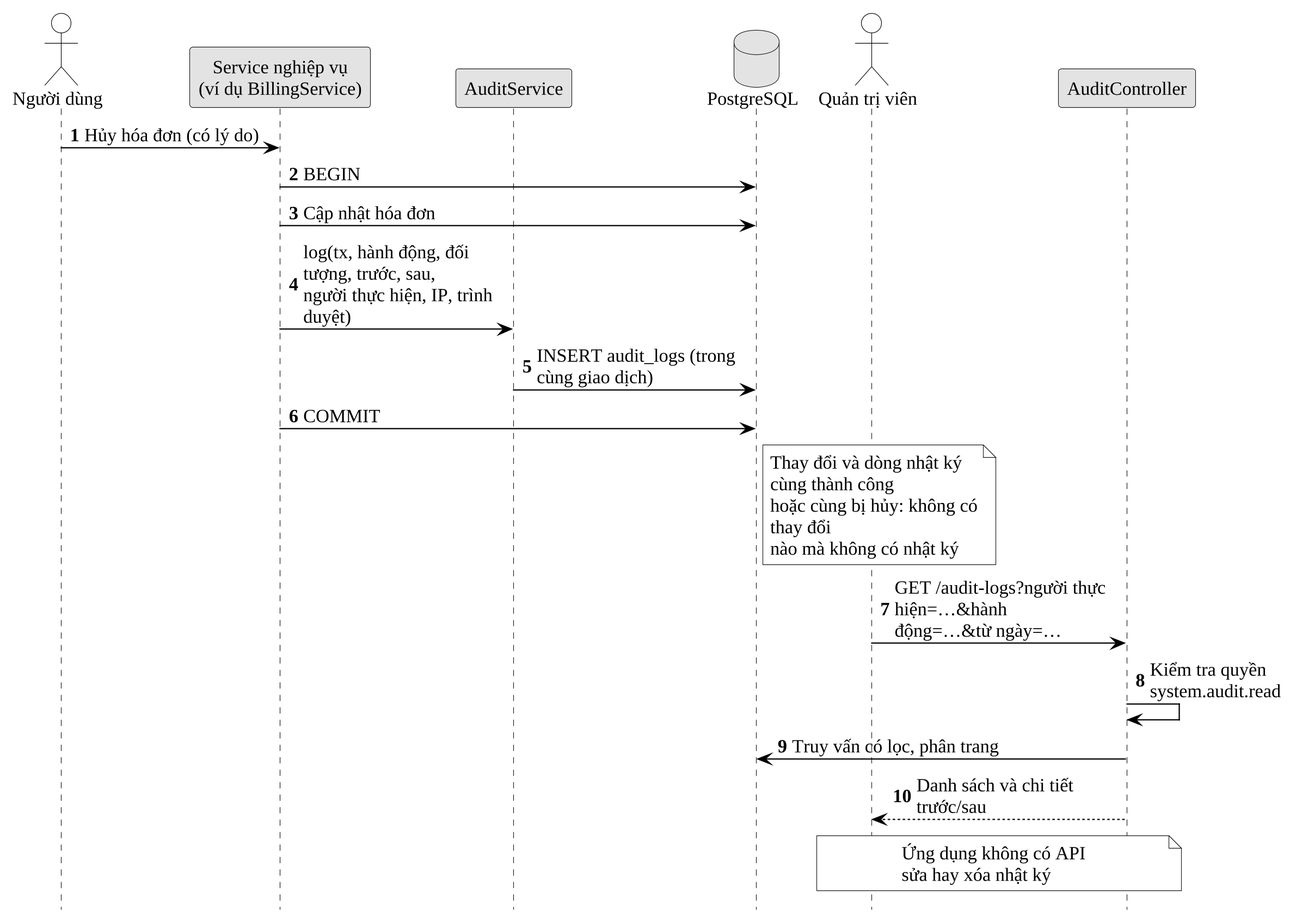
This is docs/10_Thesis/bao-cao/hinh/3-33-tuan-tu-nhat-ky-kiem-toan.png from Trantuan0310/dental-clinic-nestjs-react, a PlantUML export, as it was before one commit.
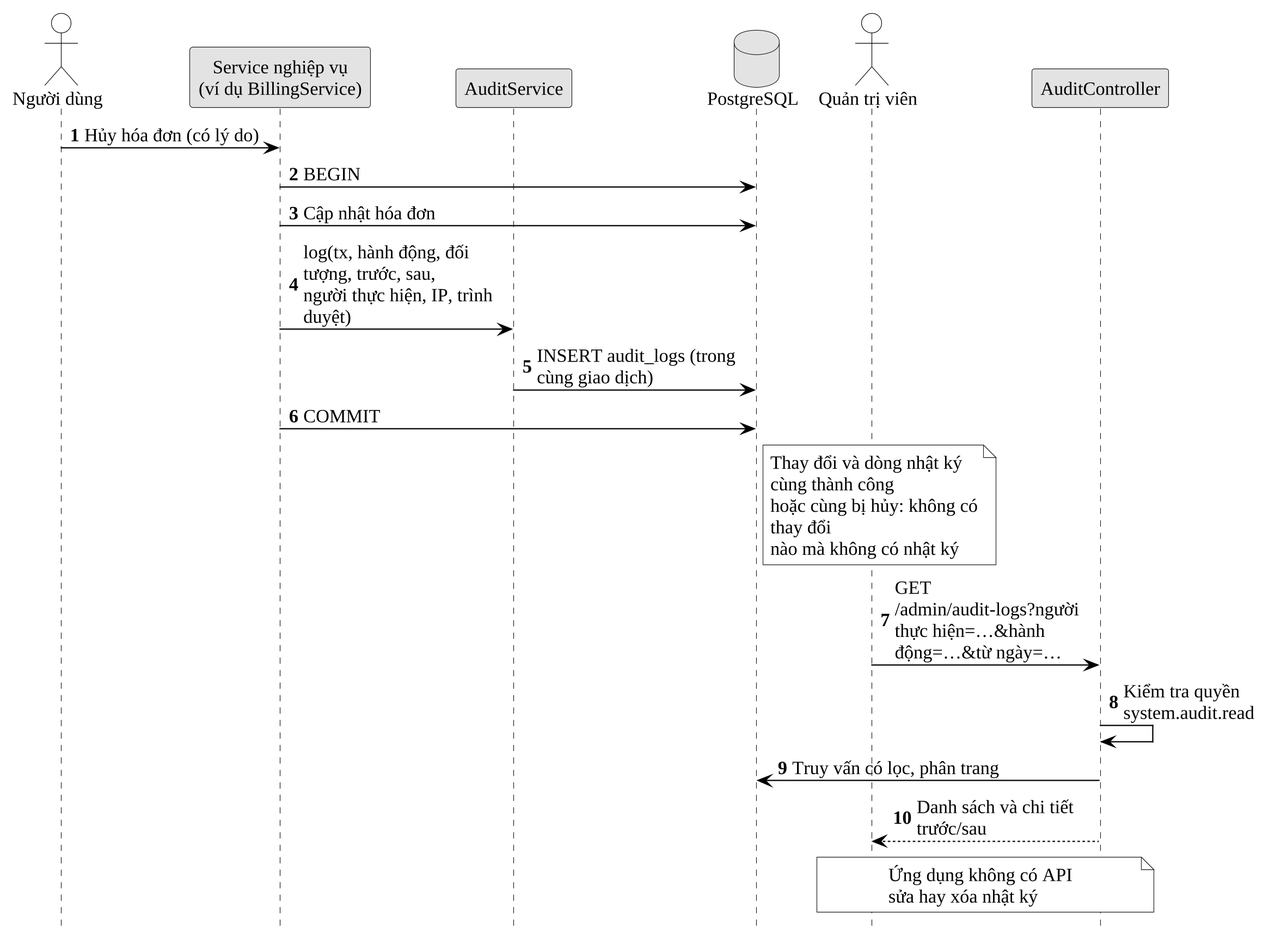
After the change.

The edit, as a diff of the source:
```diff
@@ -19,7 +19,7 @@
   hoặc cùng bị hủy: không có thay đổi
   nào mà không có nhật ký
 end note
-QT -> AC : GET /audit-logs?người thực hiện=…&hành động=…&từ ngày=…
+QT -> AC : GET /admin/audit-logs?người thực hiện=…&hành động=…&từ ngày=…
 AC -> AC : Kiểm tra quyền system.audit.read
 AC -> DB : Truy vấn có lọc, phân trang
 AC --> QT : Danh sách và chi tiết trước/sau
```
